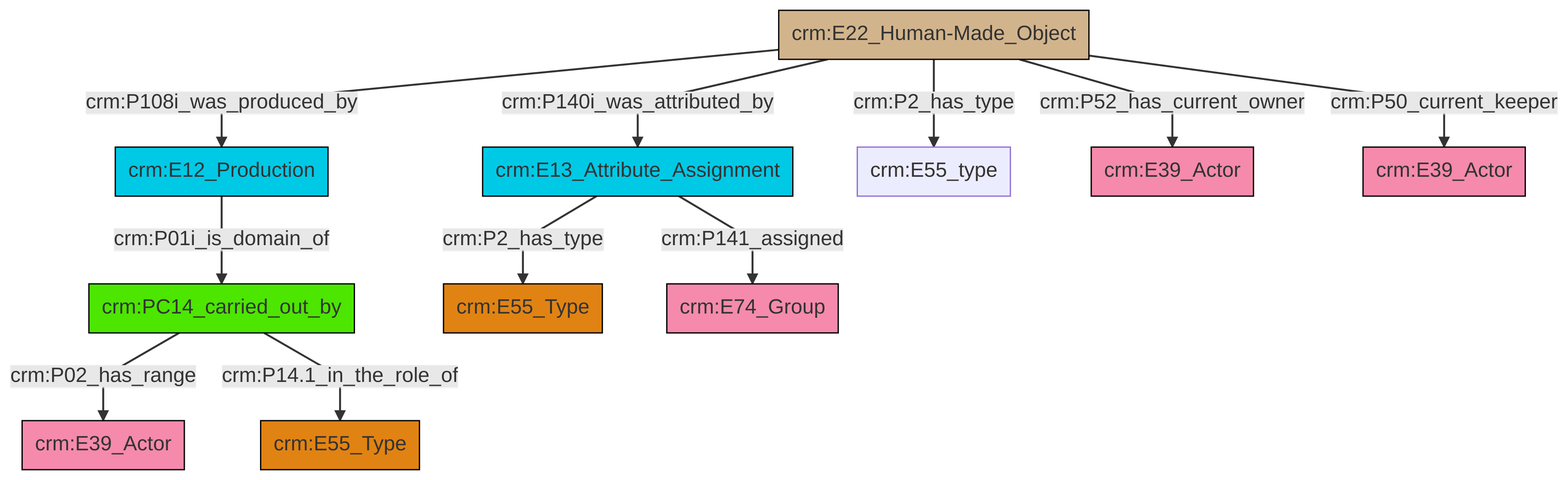
Above: et/artworkCSV/ttl/mmd/png/Artwork_Actor_Relations.png in swiss-art-research-net/docs.swissartresearch (Mermaid), before the change. Its source is kept beside it as et/artworkCSV/ttl/mmd/Artwork_Actor_Relations.ttl.mmd.
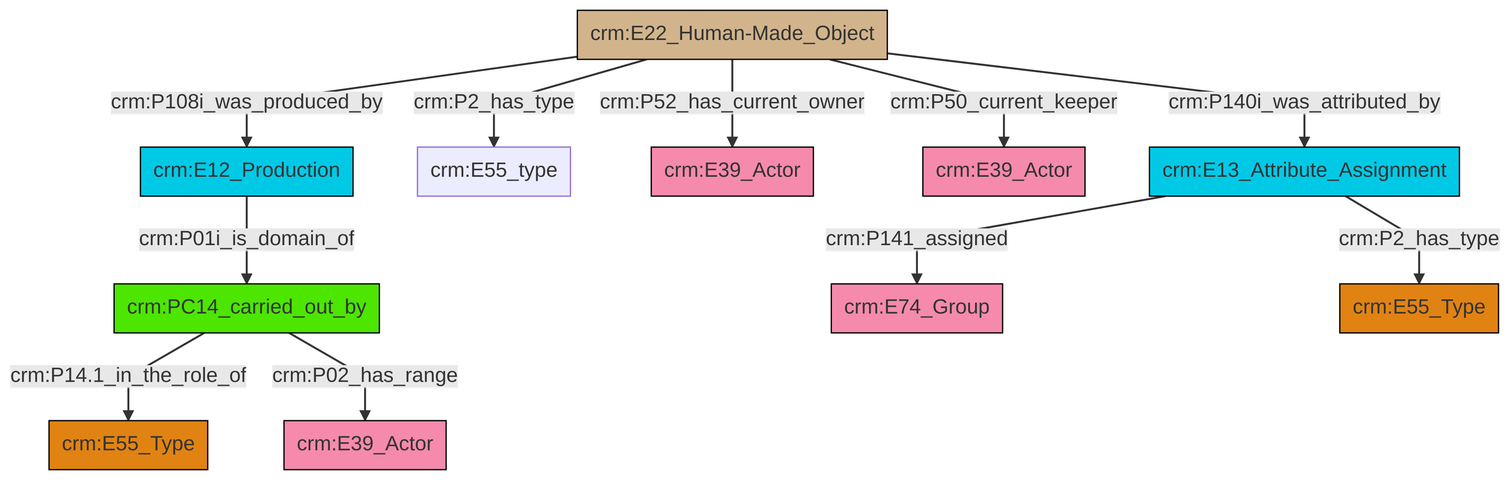
Above is the later version.

Diff of the diagram source:
```diff
@@ -13,13 +13,13 @@
 classDef PC_Classes fill:#4ce600, stroke:#000000;
 classDef Multi fill:#cccccc,stroke:#000000;
 
-0["crm:PC14_carried_out_by"]:::PC_Classes -->|crm:P02_has_range| 1["crm:E39_Actor"]:::Actor
-2["crm:E13_Attribute_Assignment"]:::Temporal_Entity -->|crm:P2_has_type| 3["crm:E55_Type"]:::Type
-5["crm:E22_Human-Made_Object"]:::Physical_Thing -->|crm:P108i_was_produced_by| 6["crm:E12_Production"]:::Temporal_Entity
-5["crm:E22_Human-Made_Object"]:::Physical_Thing -->|crm:P140i_was_attributed_by| 2["crm:E13_Attribute_Assignment"]:::Temporal_Entity
-6["crm:E12_Production"]:::Temporal_Entity -->|crm:P01i_is_domain_of| 0["crm:PC14_carried_out_by"]:::PC_Classes
-2["crm:E13_Attribute_Assignment"]:::Temporal_Entity -->|crm:P141_assigned| 19["crm:E74_Group"]:::Actor
-5["crm:E22_Human-Made_Object"]:::Physical_Thing -->|crm:P52_has_current_owner| 11["crm:E39_Actor"]:::Actor
-5["crm:E22_Human-Made_Object"]:::Physical_Thing -->|crm:P2_has_type| 8["crm:E55_type"]:::Default
-5["crm:E22_Human-Made_Object"]:::Physical_Thing -->|crm:P50_current_keeper| 14["crm:E39_Actor"]:::Actor
-0["crm:PC14_carried_out_by"]:::PC_Classes -->|crm:P14.1_in_the_role_of| 16["crm:E55_Type"]:::Type
+0["crm:E22_Human-Made_Object"]:::Physical_Thing -->|crm:P108i_was_produced_by| 1["crm:E12_Production"]:::Temporal_Entity
+0["crm:E22_Human-Made_Object"]:::Physical_Thing -->|crm:P2_has_type| 2["crm:E55_type"]:::Default
+1["crm:E12_Production"]:::Temporal_Entity -->|crm:P01i_is_domain_of| 3["crm:PC14_carried_out_by"]:::PC_Classes
+0["crm:E22_Human-Made_Object"]:::Physical_Thing -->|crm:P52_has_current_owner| 4["crm:E39_Actor"]:::Actor
+10["crm:E13_Attribute_Assignment"]:::Temporal_Entity -->|crm:P2_has_type| 11["crm:E55_Type"]:::Type
+0["crm:E22_Human-Made_Object"]:::Physical_Thing -->|crm:P140i_was_attributed_by| 10["crm:E13_Attribute_Assignment"]:::Temporal_Entity
+0["crm:E22_Human-Made_Object"]:::Physical_Thing -->|crm:P50_current_keeper| 5["crm:E39_Actor"]:::Actor
+10["crm:E13_Attribute_Assignment"]:::Temporal_Entity -->|crm:P141_assigned| 8["crm:E74_Group"]:::Actor
+3["crm:PC14_carried_out_by"]:::PC_Classes -->|crm:P14.1_in_the_role_of| 14["crm:E55_Type"]:::Type
+3["crm:PC14_carried_out_by"]:::PC_Classes -->|crm:P02_has_range| 18["crm:E39_Actor"]:::Actor
```
